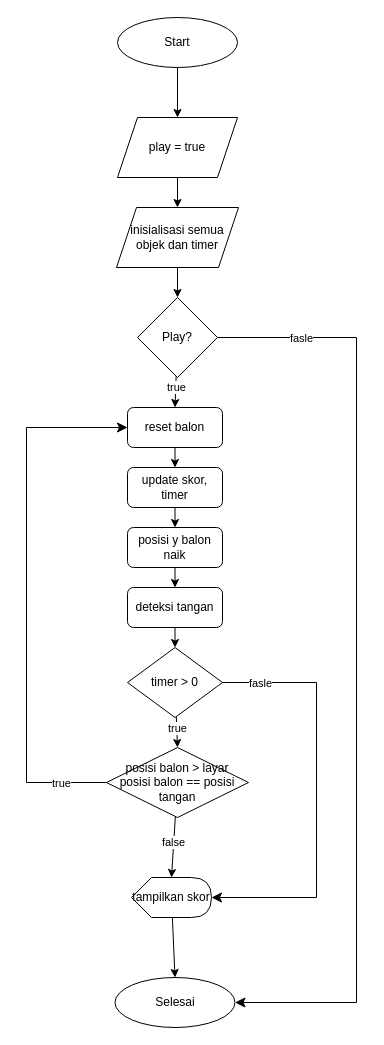
Above: flowchart.drawio in nafnaufal/bahasa-isyarat (draw.io), before the change. Source tidied: cells renumbered, new cells numbered last; positions are measured from the earlier drawing's top-left corner, leaving out a move shared by most shapes. Both pictures are drawn from the tidied source at 100%, with x=0, y=0 at pixel (26, 17).
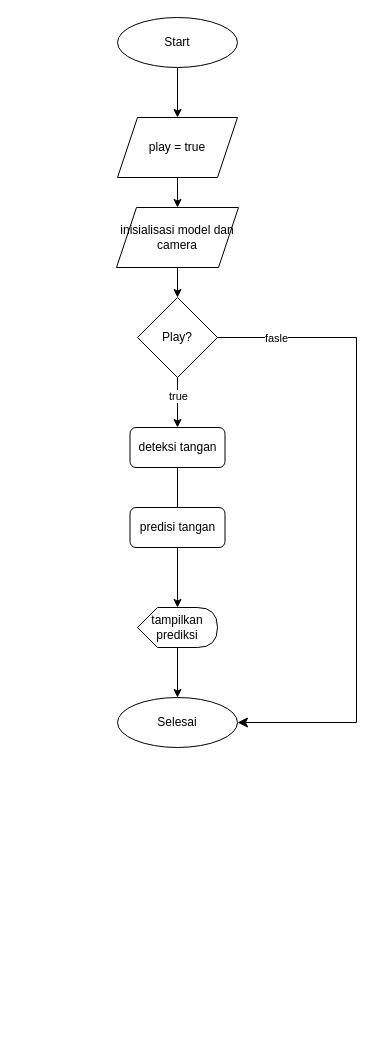
After the change.

Unchanged cells that the change refers to:
```xml
<mxCell id="10" value="Play?" style="rhombus;whiteSpace=wrap;html=1;" parent="1" vertex="1">
  <mxGeometry x="111" y="280" width="80" height="80" as="geometry" />
</mxCell>
```

Diff of the diagram source:
```diff
@@
-    <mxCell id="6" style="edgeStyle=none;html=1;entryX=0.5;entryY=0;entryDx=0;entryDy=0;" parent="1" edge="1" source="7" target="15">
-      <mxGeometry relative="1" as="geometry" />
-    </mxCell>
-    <mxCell id="7" value="posisi y balon naik" style="rounded=1;whiteSpace=wrap;html=1;" parent="1" vertex="1">
-      <mxGeometry x="101" y="510" width="95" height="40" as="geometry" />
-    </mxCell>
-    <mxCell id="8" style="edgeStyle=none;html=1;entryX=0.5;entryY=0;entryDx=0;entryDy=0;" parent="1" edge="1" source="10" target="20">
+    <mxCell id="8" style="edgeStyle=none;html=1;entryX=0.5;entryY=0;entryDx=0;entryDy=0;" parent="1" edge="1" source="10" target="15">
       <mxGeometry relative="1" as="geometry" />
     </mxCell>
@@
     <mxCell id="11" value="Selesai" style="ellipse;whiteSpace=wrap;html=1;" parent="1" vertex="1">
-      <mxGeometry x="88.5" y="960" width="120" height="50" as="geometry" />
+      <mxGeometry x="91" y="680" width="120" height="50" as="geometry" />
     </mxCell>
@@
-    <mxCell id="13" value="inisialisasi semua objek dan timer" style="shape=parallelogram;perimeter=parallelogramPerimeter;whiteSpace=wrap;html=1;fixedSize=1;" parent="1" vertex="1">
+    <mxCell id="13" value="inisialisasi model dan camera" style="shape=parallelogram;perimeter=parallelogramPerimeter;whiteSpace=wrap;html=1;fixedSize=1;" parent="1" vertex="1">
       <mxGeometry x="90" y="190" width="122" height="60" as="geometry" />
     </mxCell>
-    <mxCell id="14" style="edgeStyle=none;html=1;entryX=0.5;entryY=0;entryDx=0;entryDy=0;" parent="1" edge="1" source="15" target="18">
+    <mxCell id="14" style="edgeStyle=none;html=1;startArrow=none;entryX=0;entryY=0;entryDx=40;entryDy=0;entryPerimeter=0;" parent="1" edge="1" source="35" target="25">
       <mxGeometry relative="1" as="geometry" />
     </mxCell>
     <mxCell id="15" value="deteksi tangan" style="rounded=1;whiteSpace=wrap;html=1;" parent="1" vertex="1">
-      <mxGeometry x="101" y="570" width="95" height="40" as="geometry" />
+      <mxGeometry x="103.5" y="410" width="95" height="40" as="geometry" />
     </mxCell>
-    <mxCell id="16" style="edgeStyle=none;html=1;entryX=0.5;entryY=0;entryDx=0;entryDy=0;" parent="1" edge="1" source="18" target="23">
-      <mxGeometry relative="1" as="geometry" />
-    </mxCell>
-    <mxCell id="17" value="true" style="edgeLabel;html=1;align=center;verticalAlign=middle;" parent="16" vertex="1">
-      <mxGeometry x="-0.26" relative="1" as="geometry" />
-    </mxCell>
-    <mxCell id="18" value="timer &amp;gt; 0" style="rhombus;whiteSpace=wrap;html=1;" parent="1" vertex="1">
-      <mxGeometry x="101" y="630" width="95" height="70" as="geometry" />
-    </mxCell>
-    <mxCell id="19" style="edgeStyle=none;html=1;entryX=0.5;entryY=0;entryDx=0;entryDy=0;" parent="1" edge="1" source="20" target="33">
-      <mxGeometry relative="1" as="geometry" />
-    </mxCell>
-    <mxCell id="20" value="reset balon" style="rounded=1;whiteSpace=wrap;html=1;" parent="1" vertex="1">
-      <mxGeometry x="101" y="390" width="95" height="40" as="geometry" />
-    </mxCell>
-    <mxCell id="21" style="edgeStyle=none;html=1;entryX=0;entryY=0;entryDx=40;entryDy=0;entryPerimeter=0;" parent="1" edge="1" source="23" target="25">
-      <mxGeometry relative="1" as="geometry" />
-    </mxCell>
-    <mxCell id="22" value="false" style="edgeLabel;html=1;align=center;verticalAlign=middle;" parent="21" vertex="1">
-      <mxGeometry x="-0.52" y="-2" relative="1" as="geometry">
-        <mxPoint x="1" y="11" as="offset" />
-      </mxGeometry>
-    </mxCell>
-    <mxCell id="23" value="posisi balon &amp;gt; layar&lt;br&gt;posisi balon == posisi tangan" style="rhombus;whiteSpace=wrap;html=1;" parent="1" vertex="1">
-      <mxGeometry x="80" y="730" width="142" height="70" as="geometry" />
-    </mxCell>
@@
-    <mxCell id="25" value="tampilkan skor" style="shape=display;whiteSpace=wrap;html=1;" parent="1" vertex="1">
-      <mxGeometry x="105" y="860" width="80" height="40" as="geometry" />
+    <mxCell id="25" value="tampilkan prediksi" style="shape=display;whiteSpace=wrap;html=1;" parent="1" vertex="1">
+      <mxGeometry x="111" y="590" width="80" height="40" as="geometry" />
     </mxCell>
-    <mxCell id="26" style="edgeStyle=elbowEdgeStyle;elbow=horizontal;endArrow=classic;html=1;curved=0;rounded=0;endSize=8;startSize=8;exitX=0;exitY=0.5;exitDx=0;exitDy=0;entryX=0;entryY=0.5;entryDx=0;entryDy=0;" parent="1" edge="1" source="23" target="20">
-      <mxGeometry relative="1" as="geometry">
-        <Array as="points">
-          <mxPoint y="610" />
-        </Array>
-      </mxGeometry>
-    </mxCell>
-    <mxCell id="27" value="true" style="edgeLabel;html=1;align=center;verticalAlign=middle;" parent="26" vertex="1">
-      <mxGeometry x="-0.83" relative="1" as="geometry" />
-    </mxCell>
-    <mxCell id="28" style="edgeStyle=elbowEdgeStyle;elbow=horizontal;endArrow=classic;html=1;curved=0;rounded=0;endSize=8;startSize=8;exitX=1;exitY=0.5;exitDx=0;exitDy=0;entryX=1;entryY=0.5;entryDx=0;entryDy=0;entryPerimeter=0;" parent="1" edge="1" source="18" target="25">
-      <mxGeometry relative="1" as="geometry">
-        <Array as="points">
-          <mxPoint x="290" y="740" />
-        </Array>
-      </mxGeometry>
-    </mxCell>
-    <mxCell id="29" value="fasle" style="edgeLabel;html=1;align=center;verticalAlign=middle;" parent="28" vertex="1">
-      <mxGeometry x="-0.82" relative="1" as="geometry" />
-    </mxCell>
@@
-    <mxCell id="32" style="edgeStyle=none;html=1;entryX=0.5;entryY=0;entryDx=0;entryDy=0;" parent="1" edge="1" source="33" target="7">
-      <mxGeometry relative="1" as="geometry" />
-    </mxCell>
-    <mxCell id="33" value="update skor, timer" style="rounded=1;whiteSpace=wrap;html=1;" parent="1" vertex="1">
-      <mxGeometry x="101" y="450" width="95" height="40" as="geometry" />
-    </mxCell>
+    <mxCell id="34" style="edgeStyle=none;html=1;entryX=0.5;entryY=0;entryDx=0;entryDy=0;endArrow=none;" parent="1" edge="1" source="15" target="35">
+      <mxGeometry relative="1" as="geometry" />
+    </mxCell>
+    <mxCell id="35" value="predisi tangan" style="rounded=1;whiteSpace=wrap;html=1;" parent="1" vertex="1">
+      <mxGeometry x="103.5" y="490" width="95" height="40" as="geometry" />
+    </mxCell>
```
